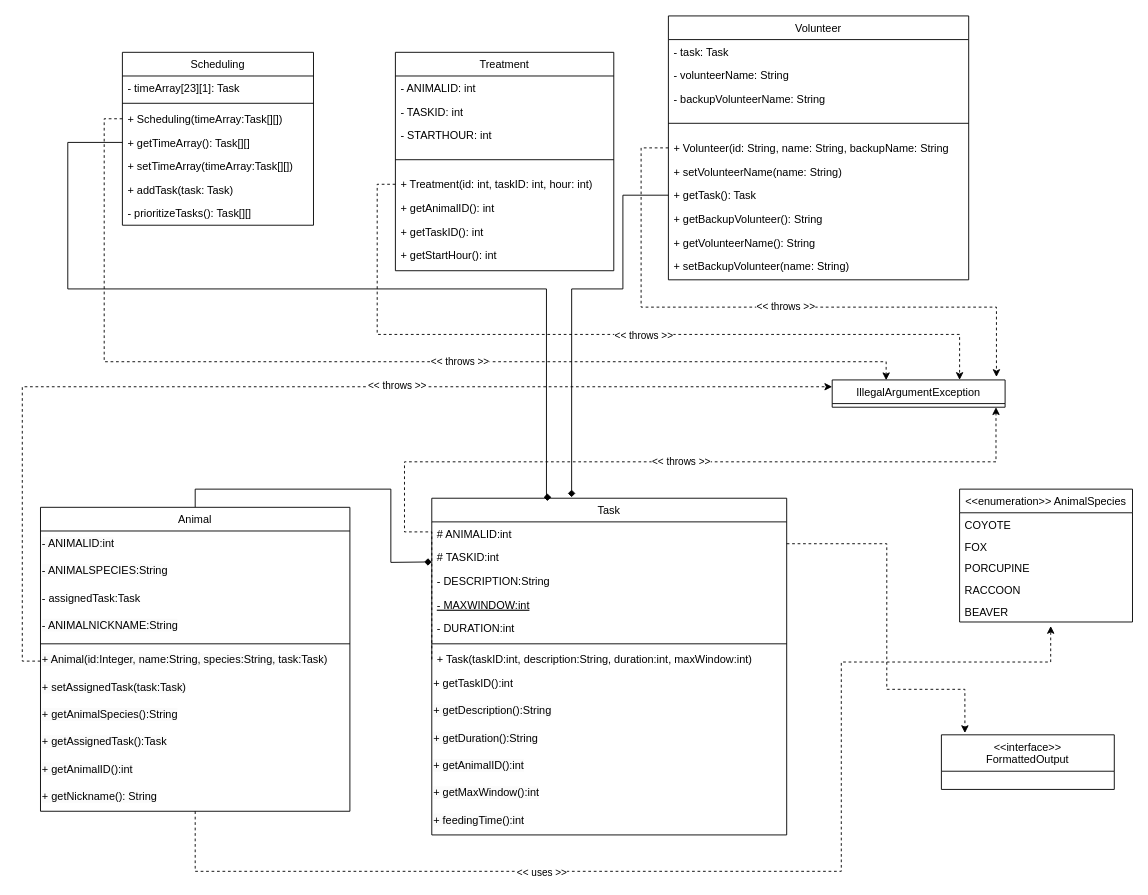
The draw.io diagram Project-UML.drawio in arminsandhu/ZooKeeper-Scheduler, before the edit. Source tidied: cells renumbered, new cells numbered last; positions are measured from the earlier drawing's top-left corner, leaving out a move shared by most shapes. Both pictures are drawn from the tidied source at 91%, with x=0, y=0 at pixel (40, 15).
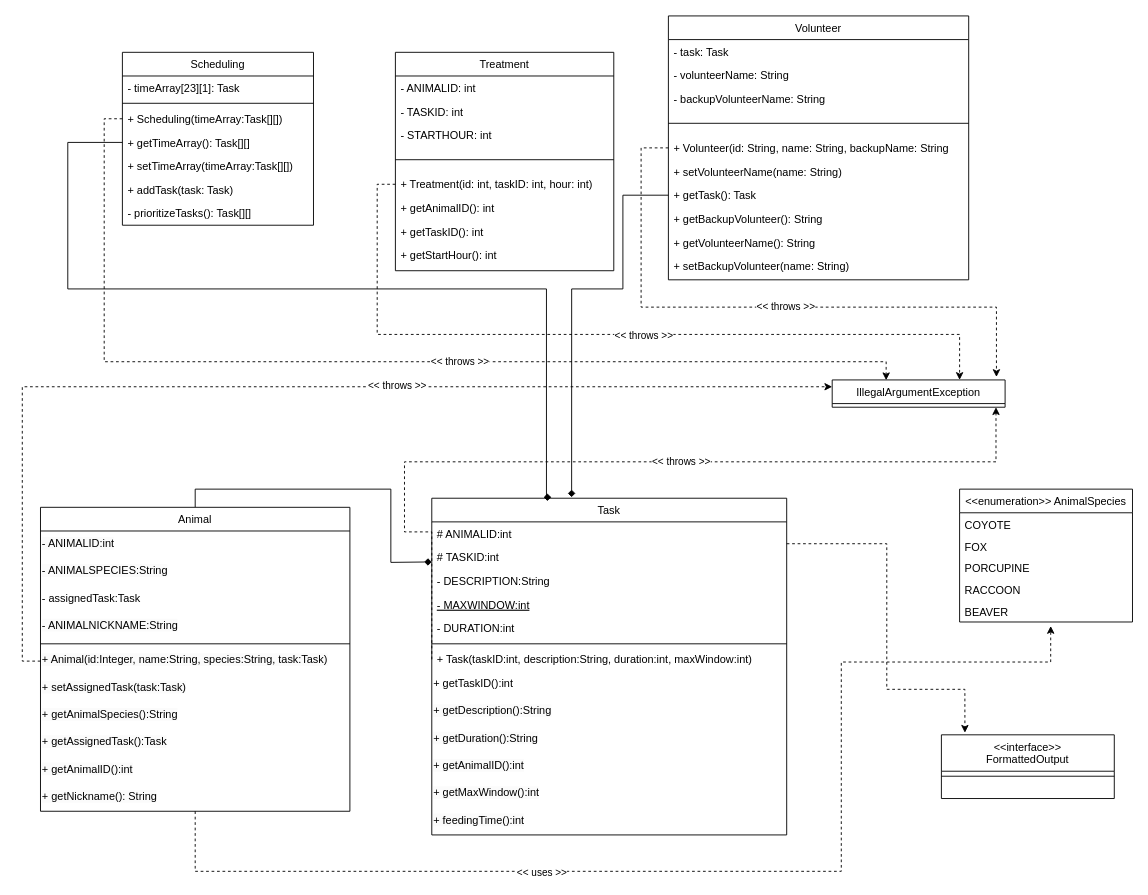
Above is the later version.

Change to the diagram source:
```diff
@@
     <mxCell id="64" value="&lt;&lt;interface&gt;&gt;&#10;FormattedOutput&#10;" style="swimlane;fontStyle=0;align=center;verticalAlign=top;horizontal=1;startSize=40;rounded=0;shadow=0;strokeWidth=1;" parent="1" vertex="1">
-      <mxGeometry x="990" y="790" width="190" height="60" as="geometry" />
+      <mxGeometry x="990" y="790" width="190" height="70" as="geometry" />
     </mxCell>
@@
+    <mxCell id="80" style="endArrow=none;html=1;rounded=0;exitX=0;exitY=0.75;exitDx=0;exitDy=0;entryX=1;entryY=0.75;entryDx=0;entryDy=0;" parent="1" edge="1">
+      <mxGeometry relative="1" as="geometry">
+        <mxPoint x="990" y="835.5" as="sourcePoint" />
+        <mxPoint x="1180" y="835.5" as="targetPoint" />
+      </mxGeometry>
+    </mxCell>
```
